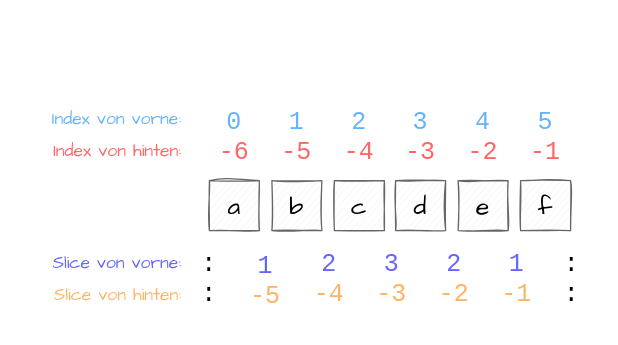
This is kssop/slicing.drawio from dude2511/drawio, a draw.io file, before an edit. Source tidied: cells renumbered, new cells numbered last; positions are measured from the earlier drawing's top-left corner, leaving out a move shared by most shapes. Both pictures are drawn from the tidied source at 125%, with x=0, y=0 at pixel (21, 92).
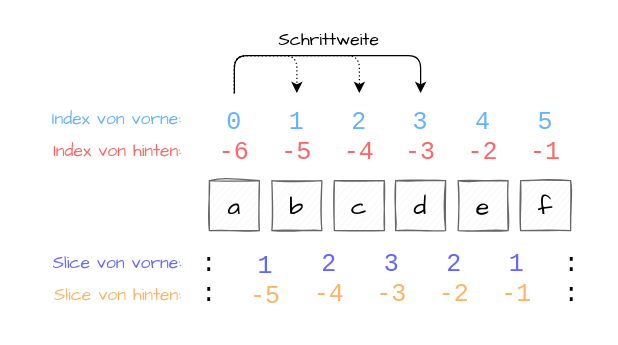
Above is the later version.

Unchanged cells that the change refers to:
```xml
<mxCell id="10" value="&lt;font color=&quot;#66b2ff&quot;&gt;0&lt;/font&gt;&lt;br&gt;&lt;font color=&quot;#ff6666&quot;&gt;-6&lt;/font&gt;" style="text;html=1;strokeColor=none;fillColor=none;align=center;verticalAlign=middle;whiteSpace=wrap;rounded=0;shadow=0;sketch=1;fontFamily=Courier New;fontSize=20;fontColor=#000000;" parent="1" vertex="1">
  <mxGeometry x="150" width="40" height="70" as="geometry" />
</mxCell>
<mxCell id="12" value="&lt;font color=&quot;#66b2ff&quot;&gt;2&lt;/font&gt;&lt;br&gt;&lt;font color=&quot;#ff6666&quot;&gt;-4&lt;/font&gt;" style="text;html=1;strokeColor=none;fillColor=none;align=center;verticalAlign=middle;whiteSpace=wrap;rounded=0;shadow=0;sketch=1;fontFamily=Courier New;fontSize=20;fontColor=#000000;" parent="1" vertex="1">
  <mxGeometry x="250" width="40" height="70" as="geometry" />
</mxCell>
<mxCell id="13" value="&lt;font color=&quot;#66b2ff&quot;&gt;3&lt;/font&gt;&lt;br&gt;&lt;font color=&quot;#ff6666&quot;&gt;-3&lt;/font&gt;" style="text;html=1;strokeColor=none;fillColor=none;align=center;verticalAlign=middle;whiteSpace=wrap;rounded=0;shadow=0;sketch=1;fontFamily=Courier New;fontSize=20;fontColor=#000000;" parent="1" vertex="1">
  <mxGeometry x="299" width="40" height="70" as="geometry" />
</mxCell>
```

Diff of the diagram source:
```diff
@@
+    <mxCell id="25" style="edgeStyle=orthogonalEdgeStyle;rounded=1;jettySize=auto;html=1;exitX=0.5;exitY=0;exitDx=0;exitDy=0;entryX=0.5;entryY=0;entryDx=0;entryDy=0;fontFamily=Courier New;fontSize=20;fontColor=#000000;dashed=1;dashPattern=1 2;" parent="1" edge="1" source="10" target="12">
+      <mxGeometry relative="1" as="geometry">
+        <Array as="points">
+          <mxPoint x="170" y="-30" />
+          <mxPoint x="270" y="-30" />
+        </Array>
+      </mxGeometry>
+    </mxCell>
@@
+    <mxCell id="26" style="edgeStyle=orthogonalEdgeStyle;rounded=1;orthogonalLoop=1;jettySize=auto;html=1;exitX=0.5;exitY=0;exitDx=0;exitDy=0;fontFamily=Courier New;fontSize=20;fontColor=#000000;dashed=1;dashPattern=1 2;" parent="1" edge="1">
+      <mxGeometry relative="1" as="geometry">
+        <mxPoint x="170" as="sourcePoint" />
+        <mxPoint x="220" as="targetPoint" />
+        <Array as="points">
+          <mxPoint x="170" y="-30" />
+          <mxPoint x="220" y="-30" />
+        </Array>
+      </mxGeometry>
+    </mxCell>
+    <mxCell id="27" style="edgeStyle=orthogonalEdgeStyle;rounded=1;jettySize=auto;html=1;exitX=0.5;exitY=0;exitDx=0;exitDy=0;entryX=0.5;entryY=0;entryDx=0;entryDy=0;fontFamily=Courier New;fontSize=20;fontColor=#000000;" parent="1" edge="1" target="13">
+      <mxGeometry relative="1" as="geometry">
+        <mxPoint x="170" as="sourcePoint" />
+        <Array as="points">
+          <mxPoint x="170" y="-30" />
+          <mxPoint x="319" y="-30" />
+        </Array>
+      </mxGeometry>
+    </mxCell>
+    <mxCell id="28" value="Schrittweite" style="text;html=1;strokeColor=none;fillColor=none;align=center;verticalAlign=middle;whiteSpace=wrap;rounded=0;shadow=0;sketch=1;fontFamily=Comic Sans MS;fontSize=14;fontColor=#000000;" parent="1" vertex="1">
+      <mxGeometry x="186" y="-57" width="120" height="30" as="geometry" />
+    </mxCell>
```
